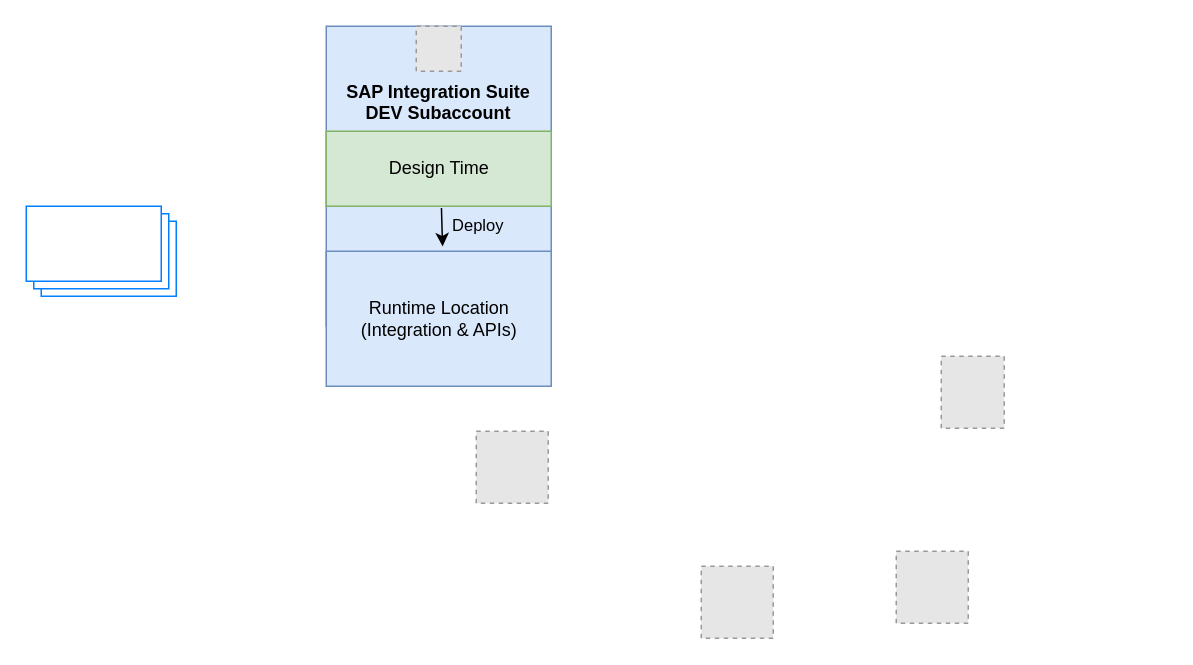
Earlier version of the draw.io diagram IS Arch -1.drawio (jklingelhoefer/sap-btp-diagrams). Source tidied: cells renumbered, new cells numbered last; positions are measured from the earlier drawing's top-left corner, leaving out a move shared by most shapes. Both pictures are drawn from the tidied source at 150%, with x=0, y=0 at pixel (26, 26). Pictures stored in the file or linked from it are replaced by grey dashed boxes.
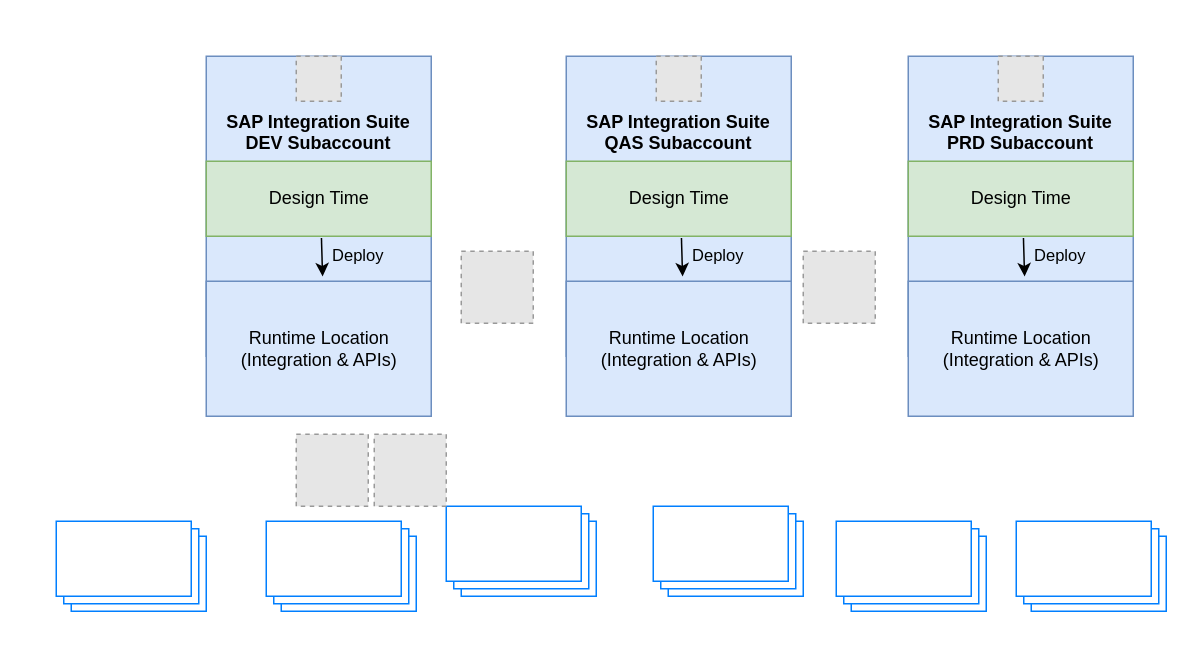
After the change.

The edit, as a diff of the source:
```diff
@@
     <mxCell id="2" style="fillColor=#E6E6E6;strokeColor=#999999;dashed=1;verticalLabelPosition=bottom;verticalAlign=top;" parent="1" vertex="1">
-      <mxGeometry x="580" y="350" width="48" height="48" as="geometry" />
+      <mxGeometry x="290" y="150" width="48" height="48" as="geometry" />
     </mxCell>
-    <mxCell id="3" style="fillColor=#E6E6E6;strokeColor=#999999;dashed=1;verticalLabelPosition=bottom;verticalAlign=top;" parent="1" vertex="1">
-      <mxGeometry x="300" y="270" width="48" height="48" as="geometry" />
-    </mxCell>
-    <mxCell id="4" style="fillColor=#E6E6E6;strokeColor=#999999;dashed=1;verticalLabelPosition=bottom;verticalAlign=top;" parent="1" vertex="1">
-      <mxGeometry x="450" y="360" width="48" height="48" as="geometry" />
-    </mxCell>
-    <mxCell id="5" style="fillColor=#E6E6E6;strokeColor=#999999;dashed=1;verticalLabelPosition=bottom;verticalAlign=top;" parent="1" vertex="1">
-      <mxGeometry x="610" y="220" width="42" height="48" as="geometry" />
-    </mxCell>
     <mxCell id="6" style="verticalLabelPosition=bottom;verticalAlign=top;html=1;shape=mxgraph.basic.layered_rect;dx=10;whiteSpace=wrap;strokeColor=#007FFF;" parent="1" vertex="1">
-      <mxGeometry y="120" width="100" height="60" as="geometry" />
+      <mxGeometry x="20" y="330" width="100" height="60" as="geometry" />
     </mxCell>
+    <mxCell id="13" style="group;" parent="1" vertex="1">
+      <mxGeometry x="120" y="20" width="150" height="240" as="geometry" />
+    </mxCell>
-    <mxCell id="7" style="verticalLabelPosition=bottom;verticalAlign=top;html=1;shape=mxgraph.basic.rect;fillColor2=none;strokeWidth=1;size=20;indent=5;fillColor=#dae8fc;strokeColor=#6c8ebf;" parent="1" vertex="1">
-      <mxGeometry x="200" width="150" height="200" as="geometry" />
+    <mxCell id="7" style="verticalLabelPosition=bottom;verticalAlign=top;html=1;shape=mxgraph.basic.rect;fillColor2=none;strokeWidth=1;size=20;indent=5;fillColor=#dae8fc;strokeColor=#6c8ebf;" parent="13" vertex="1">
+      <mxGeometry width="150" height="200" as="geometry" />
     </mxCell>
-    <mxCell id="8" value="SAP Integration Suite&#10;DEV Subaccount" style="fillColor=#E6E6E6;strokeColor=#999999;dashed=1;verticalLabelPosition=bottom;verticalAlign=top;fontStyle=1;" parent="1" vertex="1">
-      <mxGeometry x="260" width="30" height="30" as="geometry" />
+    <mxCell id="8" value="SAP Integration Suite&#10;DEV Subaccount" style="fillColor=#E6E6E6;strokeColor=#999999;dashed=1;verticalLabelPosition=bottom;verticalAlign=top;fontStyle=1;" parent="13" vertex="1">
+      <mxGeometry x="60" width="30" height="30" as="geometry" />
     </mxCell>
-    <mxCell id="9" value="Design Time" style="verticalLabelPosition=middle;verticalAlign=middle;html=1;shape=mxgraph.basic.rect;fillColor2=none;strokeWidth=1;size=20;indent=5;align=center;fillColor=#d5e8d4;strokeColor=#82b366;labelPosition=center;" parent="1" vertex="1">
-      <mxGeometry x="200" y="70" width="150" height="50" as="geometry" />
+    <mxCell id="9" value="Design Time" style="verticalLabelPosition=middle;verticalAlign=middle;html=1;shape=mxgraph.basic.rect;fillColor2=none;strokeWidth=1;size=20;indent=5;align=center;fillColor=#d5e8d4;strokeColor=#82b366;labelPosition=center;" parent="13" vertex="1">
+      <mxGeometry y="70" width="150" height="50" as="geometry" />
     </mxCell>
-    <mxCell id="10" value="Runtime Location&lt;div&gt;(Integration &amp;amp; APIs)&lt;/div&gt;" style="verticalLabelPosition=middle;verticalAlign=middle;html=1;shape=mxgraph.basic.rect;fillColor2=none;strokeWidth=1;size=20;indent=5;fillColor=#dae8fc;strokeColor=#6c8ebf;labelPosition=center;align=center;" parent="1" vertex="1">
-      <mxGeometry x="200" y="150" width="150" height="90" as="geometry" />
+    <mxCell id="10" value="Runtime Location&lt;div&gt;(Integration &amp;amp; APIs)&lt;/div&gt;" style="verticalLabelPosition=middle;verticalAlign=middle;html=1;shape=mxgraph.basic.rect;fillColor2=none;strokeWidth=1;size=20;indent=5;fillColor=#dae8fc;strokeColor=#6c8ebf;labelPosition=center;align=center;" parent="13" vertex="1">
+      <mxGeometry y="150" width="150" height="90" as="geometry" />
     </mxCell>
-    <mxCell id="11" style="endArrow=classic;html=1;rounded=0;entryX=0.517;entryY=-0.036;entryDx=0;entryDy=0;entryPerimeter=0;exitX=0.512;exitY=1.024;exitDx=0;exitDy=0;exitPerimeter=0;" parent="1" edge="1" source="9" target="10">
+    <mxCell id="11" style="endArrow=classic;html=1;rounded=0;entryX=0.517;entryY=-0.036;entryDx=0;entryDy=0;entryPerimeter=0;exitX=0.512;exitY=1.024;exitDx=0;exitDy=0;exitPerimeter=0;" parent="13" edge="1" source="9" target="10">
       <mxGeometry relative="1" as="geometry" />
     </mxCell>
@@
+    <mxCell id="14" style="group;" parent="1" vertex="1">
+      <mxGeometry x="360" y="20" width="150" height="240" as="geometry" />
+    </mxCell>
+    <mxCell id="15" style="verticalLabelPosition=bottom;verticalAlign=top;html=1;shape=mxgraph.basic.rect;fillColor2=none;strokeWidth=1;size=20;indent=5;fillColor=#dae8fc;strokeColor=#6c8ebf;" parent="14" vertex="1">
+      <mxGeometry width="150" height="200" as="geometry" />
+    </mxCell>
+    <mxCell id="16" value="SAP Integration Suite&#10;QAS Subaccount" style="fillColor=#E6E6E6;strokeColor=#999999;dashed=1;verticalLabelPosition=bottom;verticalAlign=top;fontStyle=1;" parent="14" vertex="1">
+      <mxGeometry x="60" width="30" height="30" as="geometry" />
+    </mxCell>
+    <mxCell id="17" value="Design Time" style="verticalLabelPosition=middle;verticalAlign=middle;html=1;shape=mxgraph.basic.rect;fillColor2=none;strokeWidth=1;size=20;indent=5;align=center;fillColor=#d5e8d4;strokeColor=#82b366;labelPosition=center;" parent="14" vertex="1">
+      <mxGeometry y="70" width="150" height="50" as="geometry" />
+    </mxCell>
+    <mxCell id="18" value="Runtime Location&lt;div&gt;(Integration &amp;amp; APIs)&lt;/div&gt;" style="verticalLabelPosition=middle;verticalAlign=middle;html=1;shape=mxgraph.basic.rect;fillColor2=none;strokeWidth=1;size=20;indent=5;fillColor=#dae8fc;strokeColor=#6c8ebf;labelPosition=center;align=center;" parent="14" vertex="1">
+      <mxGeometry y="150" width="150" height="90" as="geometry" />
+    </mxCell>
+    <mxCell id="19" style="endArrow=classic;html=1;rounded=0;entryX=0.517;entryY=-0.036;entryDx=0;entryDy=0;entryPerimeter=0;exitX=0.512;exitY=1.024;exitDx=0;exitDy=0;exitPerimeter=0;" parent="14" edge="1" source="17" target="18">
+      <mxGeometry relative="1" as="geometry" />
+    </mxCell>
+    <mxCell id="20" value="Deploy" style="edgeLabel;html=1;align=center;verticalAlign=middle;labelBackgroundColor=none;" parent="19" vertex="1">
+      <mxGeometry x="-0.22" y="4" relative="1" as="geometry">
+        <mxPoint x="19" y="1" as="offset" />
+      </mxGeometry>
+    </mxCell>
+    <mxCell id="21" style="group;" parent="1" vertex="1">
+      <mxGeometry x="588" y="20" width="150" height="240" as="geometry" />
+    </mxCell>
+    <mxCell id="22" style="verticalLabelPosition=bottom;verticalAlign=top;html=1;shape=mxgraph.basic.rect;fillColor2=none;strokeWidth=1;size=20;indent=5;fillColor=#dae8fc;strokeColor=#6c8ebf;" parent="21" vertex="1">
+      <mxGeometry width="150" height="200" as="geometry" />
+    </mxCell>
+    <mxCell id="23" value="SAP Integration Suite&#10;PRD Subaccount" style="fillColor=#E6E6E6;strokeColor=#999999;dashed=1;verticalLabelPosition=bottom;verticalAlign=top;fontStyle=1;" parent="21" vertex="1">
+      <mxGeometry x="60" width="30" height="30" as="geometry" />
+    </mxCell>
+    <mxCell id="24" value="Design Time" style="verticalLabelPosition=middle;verticalAlign=middle;html=1;shape=mxgraph.basic.rect;fillColor2=none;strokeWidth=1;size=20;indent=5;align=center;fillColor=#d5e8d4;strokeColor=#82b366;labelPosition=center;" parent="21" vertex="1">
+      <mxGeometry y="70" width="150" height="50" as="geometry" />
+    </mxCell>
+    <mxCell id="25" value="Runtime Location&lt;div&gt;(Integration &amp;amp; APIs)&lt;/div&gt;" style="verticalLabelPosition=middle;verticalAlign=middle;html=1;shape=mxgraph.basic.rect;fillColor2=none;strokeWidth=1;size=20;indent=5;fillColor=#dae8fc;strokeColor=#6c8ebf;labelPosition=center;align=center;" parent="21" vertex="1">
+      <mxGeometry y="150" width="150" height="90" as="geometry" />
+    </mxCell>
+    <mxCell id="26" style="endArrow=classic;html=1;rounded=0;entryX=0.517;entryY=-0.036;entryDx=0;entryDy=0;entryPerimeter=0;exitX=0.512;exitY=1.024;exitDx=0;exitDy=0;exitPerimeter=0;" parent="21" edge="1" source="24" target="25">
+      <mxGeometry relative="1" as="geometry" />
+    </mxCell>
+    <mxCell id="27" value="Deploy" style="edgeLabel;html=1;align=center;verticalAlign=middle;labelBackgroundColor=none;" parent="26" vertex="1">
+      <mxGeometry x="-0.22" y="4" relative="1" as="geometry">
+        <mxPoint x="19" y="1" as="offset" />
+      </mxGeometry>
+    </mxCell>
+    <mxCell id="28" style="fillColor=#E6E6E6;strokeColor=#999999;dashed=1;verticalLabelPosition=bottom;verticalAlign=top;" parent="1" vertex="1">
+      <mxGeometry x="518" y="150" width="48" height="48" as="geometry" />
+    </mxCell>
+    <mxCell id="29" style="verticalLabelPosition=bottom;verticalAlign=top;html=1;shape=mxgraph.basic.layered_rect;dx=10;whiteSpace=wrap;strokeColor=#007FFF;" parent="1" vertex="1">
+      <mxGeometry x="280" y="320" width="100" height="60" as="geometry" />
+    </mxCell>
+    <mxCell id="30" style="verticalLabelPosition=bottom;verticalAlign=top;html=1;shape=mxgraph.basic.layered_rect;dx=10;whiteSpace=wrap;strokeColor=#007FFF;" parent="1" vertex="1">
+      <mxGeometry x="418" y="320" width="100" height="60" as="geometry" />
+    </mxCell>
+    <mxCell id="31" style="verticalLabelPosition=bottom;verticalAlign=top;html=1;shape=mxgraph.basic.layered_rect;dx=10;whiteSpace=wrap;strokeColor=#007FFF;" parent="1" vertex="1">
+      <mxGeometry x="540" y="330" width="100" height="60" as="geometry" />
+    </mxCell>
+    <mxCell id="32" style="verticalLabelPosition=bottom;verticalAlign=top;html=1;shape=mxgraph.basic.layered_rect;dx=10;whiteSpace=wrap;strokeColor=#007FFF;" parent="1" vertex="1">
+      <mxGeometry x="660" y="330" width="100" height="60" as="geometry" />
+    </mxCell>
+    <mxCell id="33" style="verticalLabelPosition=bottom;verticalAlign=top;html=1;shape=mxgraph.basic.layered_rect;dx=10;whiteSpace=wrap;strokeColor=#007FFF;" parent="1" vertex="1">
+      <mxGeometry x="160" y="330" width="100" height="60" as="geometry" />
+    </mxCell>
+    <mxCell id="34" style="fillColor=#E6E6E6;strokeColor=#999999;dashed=1;verticalLabelPosition=bottom;verticalAlign=top;" parent="1" vertex="1">
+      <mxGeometry x="180" y="272" width="48" height="48" as="geometry" />
+    </mxCell>
+    <mxCell id="35" style="fillColor=#E6E6E6;strokeColor=#999999;dashed=1;verticalLabelPosition=bottom;verticalAlign=top;" parent="1" vertex="1">
+      <mxGeometry x="232" y="272" width="48" height="48" as="geometry" />
+    </mxCell>
```
